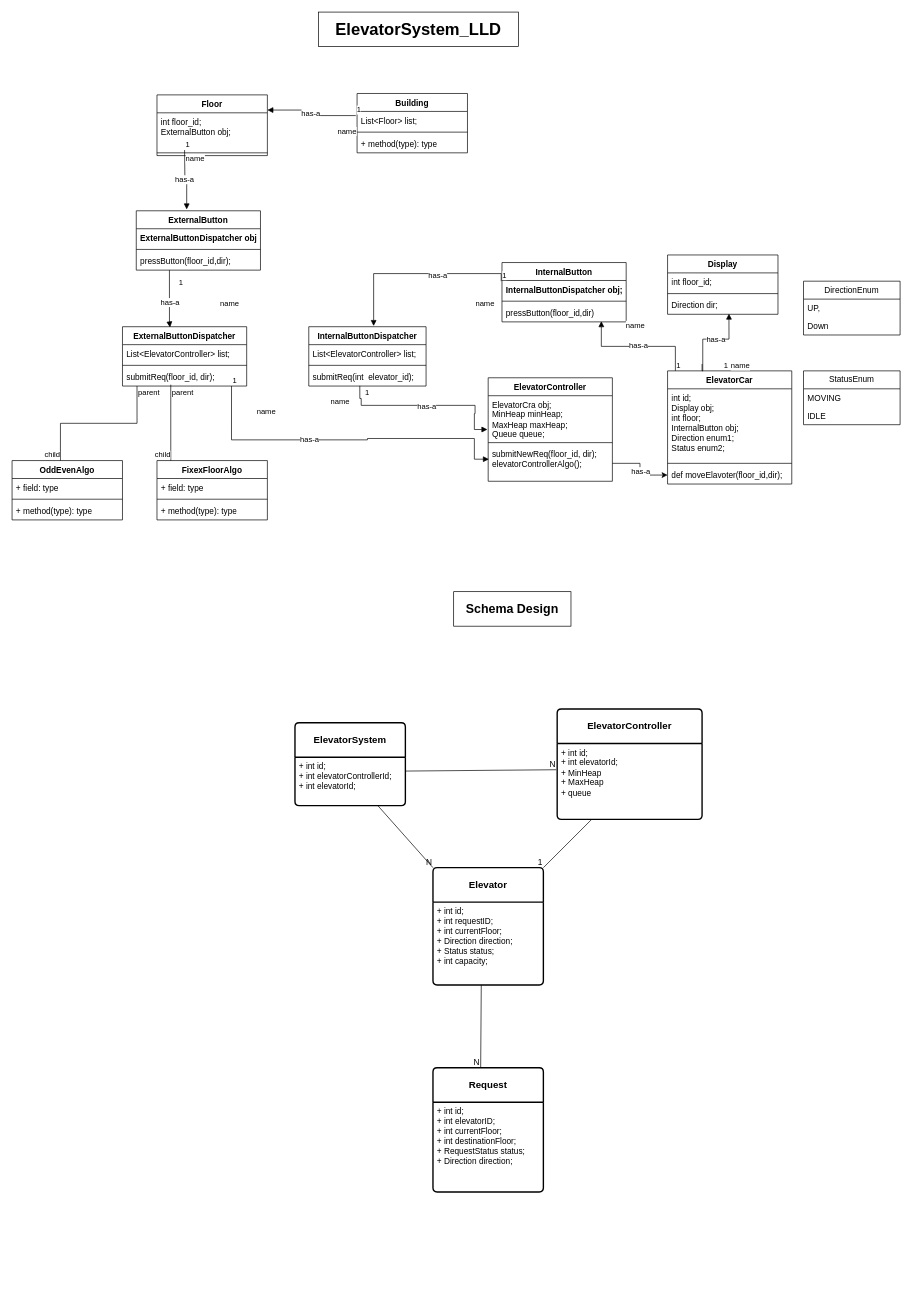
Earlier version of the draw.io diagram page "ElevatorSystem" (1 of 14) of Untitled Diagram.drawio (aryan113/UML-diagram). Source tidied: cells renumbered, new cells numbered last; positions are measured from the earlier drawing's top-left corner, leaving out a move shared by most shapes. Both pictures are drawn from the tidied source at 69%, with x=0, y=0 at pixel (12, 12).
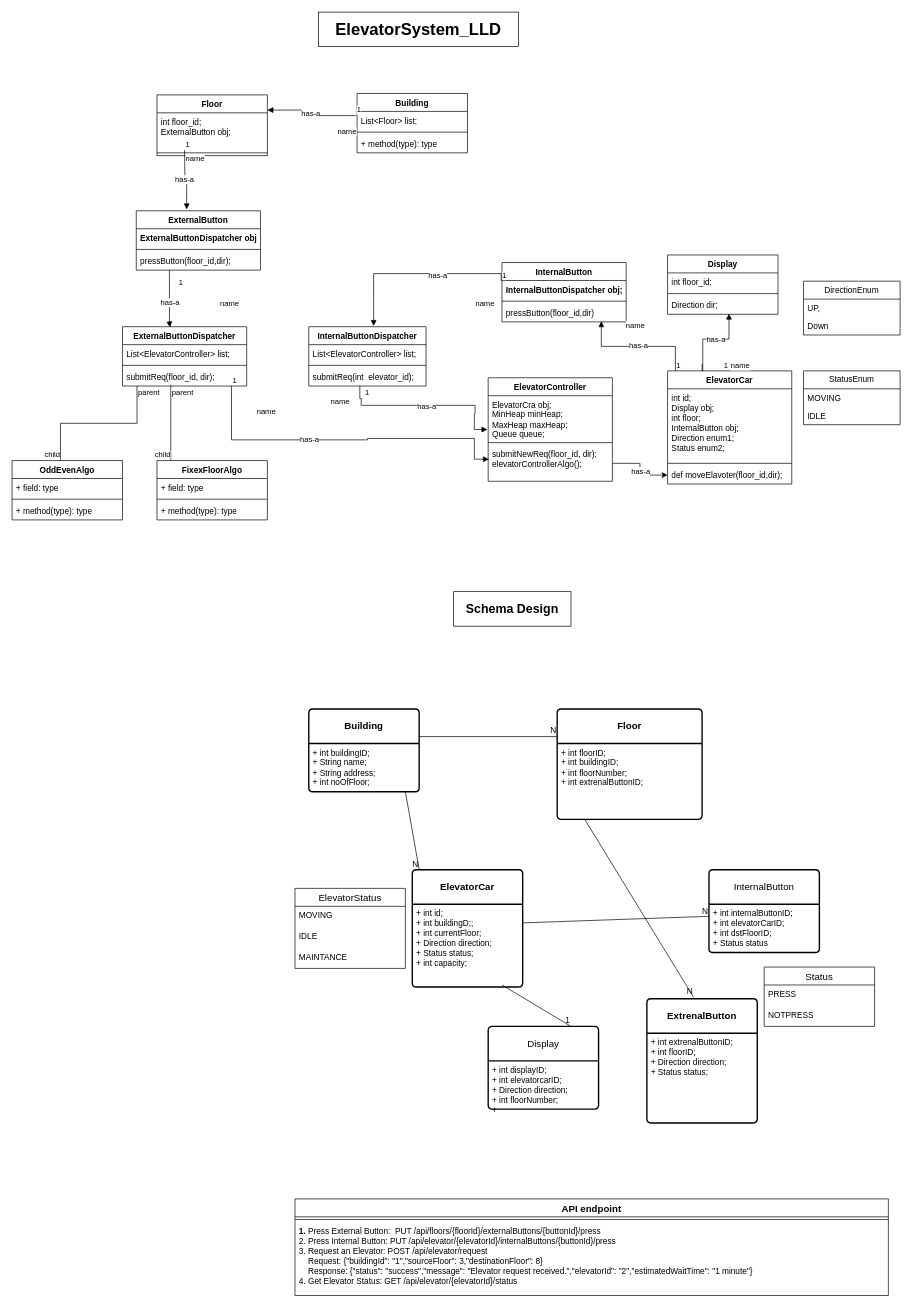
The same page after the edit.

Diff of the diagram source:
```diff
@@
-    <mxCell id="85" value="&lt;b&gt;ElevatorSystem&lt;/b&gt;" style="swimlane;horizontal=1;startSize=50;rounded=1;fontSize=14;fontStyle=0;strokeWidth=2;shadow=0;dashed=0;align=center;arcSize=4;whiteSpace=wrap;html=1;" parent="1" vertex="1">
-      <mxGeometry x="410" y="1030" width="160" height="120" as="geometry" />
+    <mxCell id="85" value="&lt;b&gt;Building&lt;/b&gt;" style="swimlane;horizontal=1;startSize=50;rounded=1;fontSize=14;fontStyle=0;strokeWidth=2;shadow=0;dashed=0;align=center;arcSize=4;whiteSpace=wrap;html=1;" parent="1" vertex="1">
+      <mxGeometry x="430" y="1010" width="160" height="120" as="geometry" />
     </mxCell>
-    <mxCell id="86" value="+ int id;&lt;div&gt;+ int elevatorControllerId;&lt;/div&gt;&lt;div&gt;+ int elevatorId;&lt;/div&gt;&lt;div&gt;&lt;br&gt;&lt;/div&gt;" style="align=left;strokeColor=none;fillColor=none;spacingLeft=4;fontSize=12;verticalAlign=top;html=1;" parent="85" vertex="1">
+    <mxCell id="86" value="+ int buildingID;&lt;div&gt;+ String name;&lt;/div&gt;&lt;div&gt;+ String address;&lt;/div&gt;&lt;div&gt;+ int noOfFloor;&lt;/div&gt;&lt;div&gt;&lt;br&gt;&lt;/div&gt;" style="align=left;strokeColor=none;fillColor=none;spacingLeft=4;fontSize=12;verticalAlign=top;html=1;" parent="85" vertex="1">
       <mxGeometry y="50" width="160" height="70" as="geometry" />
     </mxCell>
-    <mxCell id="87" value="&lt;b&gt;ElevatorController&lt;/b&gt;" style="swimlane;horizontal=1;startSize=50;rounded=1;fontSize=14;fontStyle=0;strokeWidth=2;shadow=0;dashed=0;align=center;arcSize=4;whiteSpace=wrap;html=1;" parent="1" vertex="1">
+    <mxCell id="87" value="&lt;b&gt;Floor&lt;/b&gt;" style="swimlane;horizontal=1;startSize=50;rounded=1;fontSize=14;fontStyle=0;strokeWidth=2;shadow=0;dashed=0;align=center;arcSize=4;whiteSpace=wrap;html=1;" parent="1" vertex="1">
       <mxGeometry x="790" y="1010" width="210" height="160" as="geometry" />
     </mxCell>
-    <mxCell id="88" value="+ int id;&lt;div&gt;+ int elevatorId;&lt;/div&gt;&lt;div&gt;&lt;div style=&quot;text-wrap: wrap;&quot;&gt;+ MinHeap&lt;/div&gt;&lt;/div&gt;&lt;div style=&quot;text-wrap: wrap;&quot;&gt;+ MaxHeap&lt;br&gt;+ queue&lt;/div&gt;" style="align=left;strokeColor=none;fillColor=none;spacingLeft=4;fontSize=12;verticalAlign=top;html=1;" parent="87" vertex="1">
+    <mxCell id="88" value="+ int floorID;&lt;div&gt;+ int buildingID;&lt;/div&gt;&lt;div&gt;+ int floorNumber;&lt;/div&gt;&lt;div&gt;+ int extrenalButtonID;&lt;/div&gt;" style="align=left;strokeColor=none;fillColor=none;spacingLeft=4;fontSize=12;verticalAlign=top;html=1;" parent="87" vertex="1">
       <mxGeometry y="50" width="210" height="110" as="geometry" />
     </mxCell>
-    <mxCell id="89" value="&lt;b&gt;Elevator&lt;/b&gt;" style="swimlane;horizontal=1;startSize=50;rounded=1;fontSize=14;fontStyle=0;strokeWidth=2;shadow=0;dashed=0;align=center;arcSize=4;whiteSpace=wrap;html=1;" parent="1" vertex="1">
-      <mxGeometry x="610" y="1240" width="160" height="170" as="geometry" />
+    <mxCell id="89" value="&lt;b&gt;ElevatorCar&lt;/b&gt;" style="swimlane;horizontal=1;startSize=50;rounded=1;fontSize=14;fontStyle=0;strokeWidth=2;shadow=0;dashed=0;align=center;arcSize=4;whiteSpace=wrap;html=1;" parent="1" vertex="1">
+      <mxGeometry x="580" y="1243" width="160" height="170" as="geometry" />
     </mxCell>
-    <mxCell id="90" value="+ int id;&lt;div&gt;+ int requestID;&lt;/div&gt;&lt;div&gt;+ int currentFloor;&lt;/div&gt;&lt;div&gt;+ Direction direction;&lt;/div&gt;&lt;div&gt;+ Status status;&lt;/div&gt;&lt;div&gt;+ int capacity;&lt;/div&gt;" style="align=left;strokeColor=none;fillColor=none;spacingLeft=4;fontSize=12;verticalAlign=top;html=1;" parent="89" vertex="1">
+    <mxCell id="90" value="+ int id;&lt;div&gt;+ int buildingD;;&lt;/div&gt;&lt;div&gt;+ int currentFloor;&lt;/div&gt;&lt;div&gt;+ Direction direction;&lt;/div&gt;&lt;div&gt;+ Status status;&lt;/div&gt;&lt;div&gt;+ int capacity;&lt;/div&gt;" style="align=left;strokeColor=none;fillColor=none;spacingLeft=4;fontSize=12;verticalAlign=top;html=1;" parent="89" vertex="1">
       <mxGeometry y="50" width="160" height="120" as="geometry" />
     </mxCell>
-    <mxCell id="91" value="&lt;b&gt;Request&lt;/b&gt;" style="swimlane;horizontal=1;startSize=50;rounded=1;fontSize=14;fontStyle=0;strokeWidth=2;shadow=0;dashed=0;align=center;arcSize=4;whiteSpace=wrap;html=1;" parent="1" vertex="1">
-      <mxGeometry x="610" y="1530" width="160" height="180" as="geometry" />
+    <mxCell id="91" value="&lt;b&gt;ExtrenalButton&lt;/b&gt;" style="swimlane;horizontal=1;startSize=50;rounded=1;fontSize=14;fontStyle=0;strokeWidth=2;shadow=0;dashed=0;align=center;arcSize=4;whiteSpace=wrap;html=1;" parent="1" vertex="1">
+      <mxGeometry x="920" y="1430" width="160" height="180" as="geometry" />
     </mxCell>
-    <mxCell id="92" value="+ int id;&lt;div&gt;+ int elevatorID;&lt;/div&gt;&lt;div&gt;+ int currentFloor;&lt;/div&gt;&lt;div&gt;+ int destinationFloor;&lt;/div&gt;&lt;div&gt;+ RequestStatus status;&lt;/div&gt;&lt;div&gt;+ Direction direction;&lt;/div&gt;" style="align=left;strokeColor=none;fillColor=none;spacingLeft=4;fontSize=12;verticalAlign=top;html=1;" parent="91" vertex="1">
+    <mxCell id="92" value="&lt;div&gt;&lt;span style=&quot;background-color: initial;&quot;&gt;+ int extrenalButtonID;&lt;/span&gt;&lt;/div&gt;&lt;div&gt;+ int floorID;&lt;/div&gt;&lt;div&gt;+ Direction direction;&lt;/div&gt;&lt;div&gt;+ Status status;&lt;/div&gt;&lt;div&gt;&lt;br&gt;&lt;/div&gt;" style="align=left;strokeColor=none;fillColor=none;spacingLeft=4;fontSize=12;verticalAlign=top;html=1;" parent="91" vertex="1">
       <mxGeometry y="50" width="160" height="130" as="geometry" />
     </mxCell>
@@
-    <mxCell id="94" style="endArrow=none;html=1;rounded=0;entryX=0;entryY=0;entryDx=0;entryDy=0;" parent="1" edge="1" target="89">
-      <mxGeometry relative="1" as="geometry">
-        <mxPoint x="530" y="1150" as="sourcePoint" />
-      </mxGeometry>
-    </mxCell>
-    <mxCell id="95" value="N" style="html=1;whiteSpace=wrap;align=right;verticalAlign=bottom;" parent="94" vertex="1">
-      <mxGeometry x="1" relative="1" as="geometry" />
-    </mxCell>
-    <mxCell id="96" style="endArrow=none;html=1;rounded=0;entryX=-0.007;entryY=0.346;entryDx=0;entryDy=0;entryPerimeter=0;" parent="1" edge="1" target="88">
-      <mxGeometry relative="1" as="geometry">
-        <mxPoint x="570" y="1100" as="sourcePoint" />
-      </mxGeometry>
-    </mxCell>
-    <mxCell id="97" value="N" style="html=1;whiteSpace=wrap;align=right;verticalAlign=bottom;" parent="96" vertex="1">
-      <mxGeometry x="1" relative="1" as="geometry" />
-    </mxCell>
-    <mxCell id="98" style="endArrow=none;html=1;rounded=0;entryX=1;entryY=0;entryDx=0;entryDy=0;" parent="1" edge="1" target="89">
-      <mxGeometry relative="1" as="geometry">
-        <mxPoint x="840" y="1170" as="sourcePoint" />
-      </mxGeometry>
-    </mxCell>
+    <mxCell id="102" value="ElevatorStatus" style="swimlane;fontStyle=0;horizontal=1;startSize=26;align=center;fontSize=14;" parent="1" vertex="1">
+      <mxGeometry x="410" y="1270" width="160" height="116" as="geometry" />
+    </mxCell>
+    <mxCell id="103" value="MOVING" style="text;strokeColor=none;fillColor=none;spacingLeft=4;spacingRight=4;overflow=hidden;fontSize=12;whiteSpace=wrap;html=1;" parent="102" vertex="1">
+      <mxGeometry y="26" width="160" height="30" as="geometry" />
+    </mxCell>
+    <mxCell id="104" value="IDLE" style="text;strokeColor=none;fillColor=none;spacingLeft=4;spacingRight=4;overflow=hidden;fontSize=12;whiteSpace=wrap;html=1;" parent="102" vertex="1">
+      <mxGeometry y="56" width="160" height="30" as="geometry" />
+    </mxCell>
+    <mxCell id="105" value="MAINTANCE" style="text;strokeColor=none;fillColor=none;spacingLeft=4;spacingRight=4;overflow=hidden;fontSize=12;whiteSpace=wrap;html=1;" parent="102" vertex="1">
+      <mxGeometry y="86" width="160" height="30" as="geometry" />
+    </mxCell>
+    <mxCell id="106" value="InternalButton" style="swimlane;horizontal=1;startSize=50;rounded=1;fontSize=14;fontStyle=0;strokeWidth=2;shadow=0;dashed=0;align=center;arcSize=4;whiteSpace=wrap;html=1;" parent="1" vertex="1">
+      <mxGeometry x="1010" y="1243" width="160" height="120" as="geometry" />
+    </mxCell>
+    <mxCell id="107" value="+ int internalButtonID;&lt;div&gt;+ int elevatorCarID;&lt;/div&gt;&lt;div&gt;+ int dstFloorID;&lt;/div&gt;&lt;div&gt;+ Status status&lt;/div&gt;" style="align=left;strokeColor=none;fillColor=none;spacingLeft=4;fontSize=12;verticalAlign=top;html=1;" parent="106" vertex="1">
+      <mxGeometry y="50" width="160" height="70" as="geometry" />
+    </mxCell>
+    <mxCell id="108" value="Status" style="swimlane;fontStyle=0;horizontal=1;startSize=26;align=center;fontSize=14;" parent="1" vertex="1">
+      <mxGeometry x="1090" y="1384" width="160" height="86" as="geometry" />
+    </mxCell>
+    <mxCell id="109" value="PRESS" style="text;strokeColor=none;fillColor=none;spacingLeft=4;spacingRight=4;overflow=hidden;fontSize=12;whiteSpace=wrap;html=1;" parent="108" vertex="1">
+      <mxGeometry y="26" width="160" height="30" as="geometry" />
+    </mxCell>
+    <mxCell id="110" value="NOTPRESS" style="text;strokeColor=none;fillColor=none;spacingLeft=4;spacingRight=4;overflow=hidden;fontSize=12;whiteSpace=wrap;html=1;" parent="108" vertex="1">
+      <mxGeometry y="56" width="160" height="30" as="geometry" />
+    </mxCell>
+    <mxCell id="111" value="Display" style="swimlane;horizontal=1;startSize=50;rounded=1;fontSize=14;fontStyle=0;strokeWidth=2;shadow=0;dashed=0;align=center;arcSize=4;whiteSpace=wrap;html=1;" parent="1" vertex="1">
+      <mxGeometry x="690" y="1470" width="160" height="120" as="geometry" />
+    </mxCell>
+    <mxCell id="112" value="+ int displayID;&lt;div&gt;+ int elevatorcarID;&lt;br&gt;&lt;div&gt;+ Direction direction;&lt;/div&gt;&lt;div&gt;+ int floorNumber;&lt;/div&gt;&lt;div&gt;+&amp;nbsp;&lt;/div&gt;&lt;/div&gt;" style="align=left;strokeColor=none;fillColor=none;spacingLeft=4;fontSize=12;verticalAlign=top;html=1;" parent="111" vertex="1">
+      <mxGeometry y="50" width="160" height="70" as="geometry" />
+    </mxCell>
+    <mxCell id="113" style="endArrow=none;html=1;rounded=0;entryX=0;entryY=0.25;entryDx=0;entryDy=0;" parent="1" edge="1" target="87">
+      <mxGeometry relative="1" as="geometry">
+        <mxPoint x="590" y="1050" as="sourcePoint" />
+      </mxGeometry>
+    </mxCell>
+    <mxCell id="114" value="N" style="html=1;whiteSpace=wrap;align=right;verticalAlign=bottom;" parent="113" vertex="1">
+      <mxGeometry x="1" relative="1" as="geometry" />
+    </mxCell>
+    <mxCell id="115" style="endArrow=none;html=1;rounded=0;entryX=0.063;entryY=0;entryDx=0;entryDy=0;entryPerimeter=0;" parent="1" edge="1" target="89">
+      <mxGeometry relative="1" as="geometry">
+        <mxPoint x="570" y="1130" as="sourcePoint" />
+      </mxGeometry>
+    </mxCell>
+    <mxCell id="116" value="N" style="html=1;whiteSpace=wrap;align=right;verticalAlign=bottom;" parent="115" vertex="1">
+      <mxGeometry x="1" relative="1" as="geometry" />
+    </mxCell>
+    <mxCell id="117" style="endArrow=none;html=1;rounded=0;entryX=0.423;entryY=-0.013;entryDx=0;entryDy=0;entryPerimeter=0;" parent="1" edge="1" target="91">
+      <mxGeometry relative="1" as="geometry">
+        <mxPoint x="830" y="1170" as="sourcePoint" />
+      </mxGeometry>
+    </mxCell>
+    <mxCell id="118" value="N" style="html=1;whiteSpace=wrap;align=right;verticalAlign=bottom;" parent="117" vertex="1">
+      <mxGeometry x="1" relative="1" as="geometry" />
+    </mxCell>
+    <mxCell id="119" style="endArrow=none;html=1;rounded=0;entryX=0;entryY=0.25;entryDx=0;entryDy=0;" parent="1" edge="1" target="107">
+      <mxGeometry relative="1" as="geometry">
+        <mxPoint x="740" y="1320" as="sourcePoint" />
+      </mxGeometry>
+    </mxCell>
+    <mxCell id="120" value="N" style="html=1;whiteSpace=wrap;align=right;verticalAlign=bottom;" parent="119" vertex="1">
+      <mxGeometry x="1" relative="1" as="geometry" />
+    </mxCell>
+    <mxCell id="121" style="endArrow=none;html=1;rounded=0;entryX=0.75;entryY=0;entryDx=0;entryDy=0;" parent="1" edge="1" target="111">
+      <mxGeometry relative="1" as="geometry">
+        <mxPoint x="710" y="1410" as="sourcePoint" />
+      </mxGeometry>
+    </mxCell>
-    <mxCell id="99" value="1" style="html=1;whiteSpace=wrap;align=right;verticalAlign=bottom;" parent="98" vertex="1">
+    <mxCell id="99" value="1" style="html=1;whiteSpace=wrap;align=right;verticalAlign=bottom;" parent="121" vertex="1">
       <mxGeometry x="1" relative="1" as="geometry" />
     </mxCell>
-    <mxCell id="100" style="endArrow=none;html=1;rounded=0;entryX=0.432;entryY=0.001;entryDx=0;entryDy=0;entryPerimeter=0;" parent="1" edge="1" target="91">
-      <mxGeometry relative="1" as="geometry">
-        <mxPoint x="680" y="1410" as="sourcePoint" />
-      </mxGeometry>
-    </mxCell>
-    <mxCell id="101" value="N" style="html=1;whiteSpace=wrap;align=right;verticalAlign=bottom;" parent="100" vertex="1">
-      <mxGeometry x="1" relative="1" as="geometry" />
-    </mxCell>
+    <mxCell id="122" value="&lt;font style=&quot;font-size: 14px;&quot;&gt;API endpoint&lt;/font&gt;" style="swimlane;fontStyle=1;align=center;verticalAlign=top;horizontal=1;startSize=26;whiteSpace=wrap;html=1;" parent="1" vertex="1">
+      <mxGeometry x="410" y="1720" width="860" height="140" as="geometry" />
+    </mxCell>
+    <mxCell id="123" style="line;strokeWidth=1;fillColor=none;align=left;verticalAlign=middle;spacingTop=-1;spacingLeft=3;spacingRight=3;labelPosition=right;strokeColor=inherit;" parent="122" vertex="1">
+      <mxGeometry y="26" width="860" height="8" as="geometry" />
+    </mxCell>
+    <mxCell id="124" value="&lt;strong&gt;1.&amp;nbsp;&lt;/strong&gt;Press External Button:&amp;nbsp;&lt;strong&gt;&amp;nbsp;&lt;/strong&gt;PUT /api/floors/{floorId}/externalButtons/{buttonId}/press&lt;div&gt;&lt;span style=&quot;background-color: initial;&quot; class=&quot;hljs-punctuation&quot;&gt;2.&amp;nbsp;&lt;/span&gt;&lt;span style=&quot;background-color: initial;&quot;&gt;Press Internal Button:&amp;nbsp;&lt;/span&gt;&lt;span style=&quot;background-color: initial;&quot;&gt;PUT /api/elevator/{elevatorId}/internalButtons/{buttonId}/press&lt;/span&gt;&lt;/div&gt;&lt;div&gt;&lt;span style=&quot;background-color: initial;&quot;&gt;3.&amp;nbsp;&lt;/span&gt;&lt;span style=&quot;background-color: initial;&quot;&gt;Request an Elevator:&amp;nbsp;&lt;/span&gt;&lt;span style=&quot;background-color: initial;&quot;&gt;POST /api/elevator/request&lt;/span&gt;&lt;/div&gt;&lt;div&gt;&lt;span style=&quot;background-color: initial;&quot;&gt;&amp;nbsp; &amp;nbsp; Request: {&lt;/span&gt;&lt;span style=&quot;background-color: initial;&quot; class=&quot;hljs-attr&quot;&gt;&quot;buildingId&quot;&lt;/span&gt;&lt;span style=&quot;background-color: initial;&quot; class=&quot;hljs-punctuation&quot;&gt;:&lt;/span&gt;&lt;span style=&quot;background-color: initial;&quot;&gt; &lt;/span&gt;&lt;span style=&quot;background-color: initial;&quot; class=&quot;hljs-string&quot;&gt;&quot;1&quot;&lt;/span&gt;&lt;span style=&quot;background-color: initial;&quot; class=&quot;hljs-punctuation&quot;&gt;,&lt;/span&gt;&lt;span style=&quot;background-color: initial;&quot; class=&quot;hljs-attr&quot;&gt;&quot;sourceFloor&quot;&lt;/span&gt;&lt;span style=&quot;background-color: initial;&quot; class=&quot;hljs-punctuation&quot;&gt;:&lt;/span&gt;&lt;span style=&quot;background-color: initial;&quot;&gt; &lt;/span&gt;&lt;span style=&quot;background-color: initial;&quot; class=&quot;hljs-number&quot;&gt;3&lt;/span&gt;&lt;span style=&quot;background-color: initial;&quot; class=&quot;hljs-punctuation&quot;&gt;,&lt;/span&gt;&lt;span style=&quot;background-color: initial;&quot; class=&quot;hljs-attr&quot;&gt;&quot;destinationFloor&quot;&lt;/span&gt;&lt;span style=&quot;background-color: initial;&quot; class=&quot;hljs-punctuation&quot;&gt;:&lt;/span&gt;&lt;span style=&quot;background-color: initial;&quot;&gt; &lt;/span&gt;&lt;span style=&quot;background-color: initial;&quot; class=&quot;hljs-number&quot;&gt;8&lt;/span&gt;&lt;span style=&quot;background-color: initial;&quot; class=&quot;hljs-punctuation&quot;&gt;}&lt;/span&gt;&lt;/div&gt;&lt;div&gt;&lt;span style=&quot;background-color: initial;&quot;&gt;&amp;nbsp; &amp;nbsp; Response: {&lt;/span&gt;&lt;span style=&quot;background-color: initial;&quot; class=&quot;hljs-attr&quot;&gt;&quot;status&quot;&lt;/span&gt;&lt;span style=&quot;background-color: initial;&quot; class=&quot;hljs-punctuation&quot;&gt;:&lt;/span&gt;&lt;span style=&quot;background-color: initial;&quot;&gt; &lt;/span&gt;&lt;span style=&quot;background-color: initial;&quot; class=&quot;hljs-string&quot;&gt;&quot;success&quot;&lt;/span&gt;&lt;span style=&quot;background-color: initial;&quot; class=&quot;hljs-punctuation&quot;&gt;,&lt;/span&gt;&lt;span style=&quot;background-color: initial;&quot; class=&quot;hljs-attr&quot;&gt;&quot;message&quot;&lt;/span&gt;&lt;span style=&quot;background-color: initial;&quot; class=&quot;hljs-punctuation&quot;&gt;:&lt;/span&gt;&lt;span style=&quot;background-color: initial;&quot;&gt; &lt;/span&gt;&lt;span style=&quot;background-color: initial;&quot; class=&quot;hljs-string&quot;&gt;&quot;Elevator request received.&quot;&lt;/span&gt;&lt;span style=&quot;background-color: initial;&quot; class=&quot;hljs-punctuation&quot;&gt;,&lt;/span&gt;&lt;span style=&quot;background-color: initial;&quot; class=&quot;hljs-attr&quot;&gt;&quot;elevatorId&quot;&lt;/span&gt;&lt;span style=&quot;background-color: initial;&quot; class=&quot;hljs-punctuation&quot;&gt;:&lt;/span&gt;&lt;span style=&quot;background-color: initial;&quot;&gt; &lt;/span&gt;&lt;span style=&quot;background-color: initial;&quot; class=&quot;hljs-string&quot;&gt;&quot;2&quot;&lt;/span&gt;&lt;span style=&quot;background-color: initial;&quot; class=&quot;hljs-punctuation&quot;&gt;,&lt;/span&gt;&lt;span style=&quot;background-color: initial;&quot; class=&quot;hljs-attr&quot;&gt;&quot;estimatedWaitTime&quot;&lt;/span&gt;&lt;span style=&quot;background-color: initial;&quot; class=&quot;hljs-punctuation&quot;&gt;:&lt;/span&gt;&lt;span style=&quot;background-color: initial;&quot;&gt; &lt;/span&gt;&lt;span style=&quot;background-color: initial;&quot; class=&quot;hljs-string&quot;&gt;&quot;1 minute&quot;&lt;/span&gt;&lt;span style=&quot;background-color: initial;&quot; class=&quot;hljs-punctuation&quot;&gt;}&lt;/span&gt;&lt;/div&gt;&lt;div&gt;&lt;span style=&quot;background-color: initial;&quot;&gt;4.&amp;nbsp;&lt;/span&gt;&lt;span style=&quot;background-color: initial;&quot;&gt;Get Elevator Status:&amp;nbsp;&lt;/span&gt;&lt;span style=&quot;background-color: initial;&quot;&gt;GET /api/elevator/{elevatorId}/status&lt;/span&gt;&lt;span style=&quot;background-color: initial;&quot;&gt;&amp;nbsp;&lt;/span&gt;&lt;/div&gt;" style="text;strokeColor=none;fillColor=none;align=left;verticalAlign=top;spacingLeft=4;spacingRight=4;overflow=hidden;whiteSpace=wrap;html=1;" parent="122" vertex="1">
+      <mxGeometry y="34" width="860" height="106" as="geometry" />
+    </mxCell>
```
